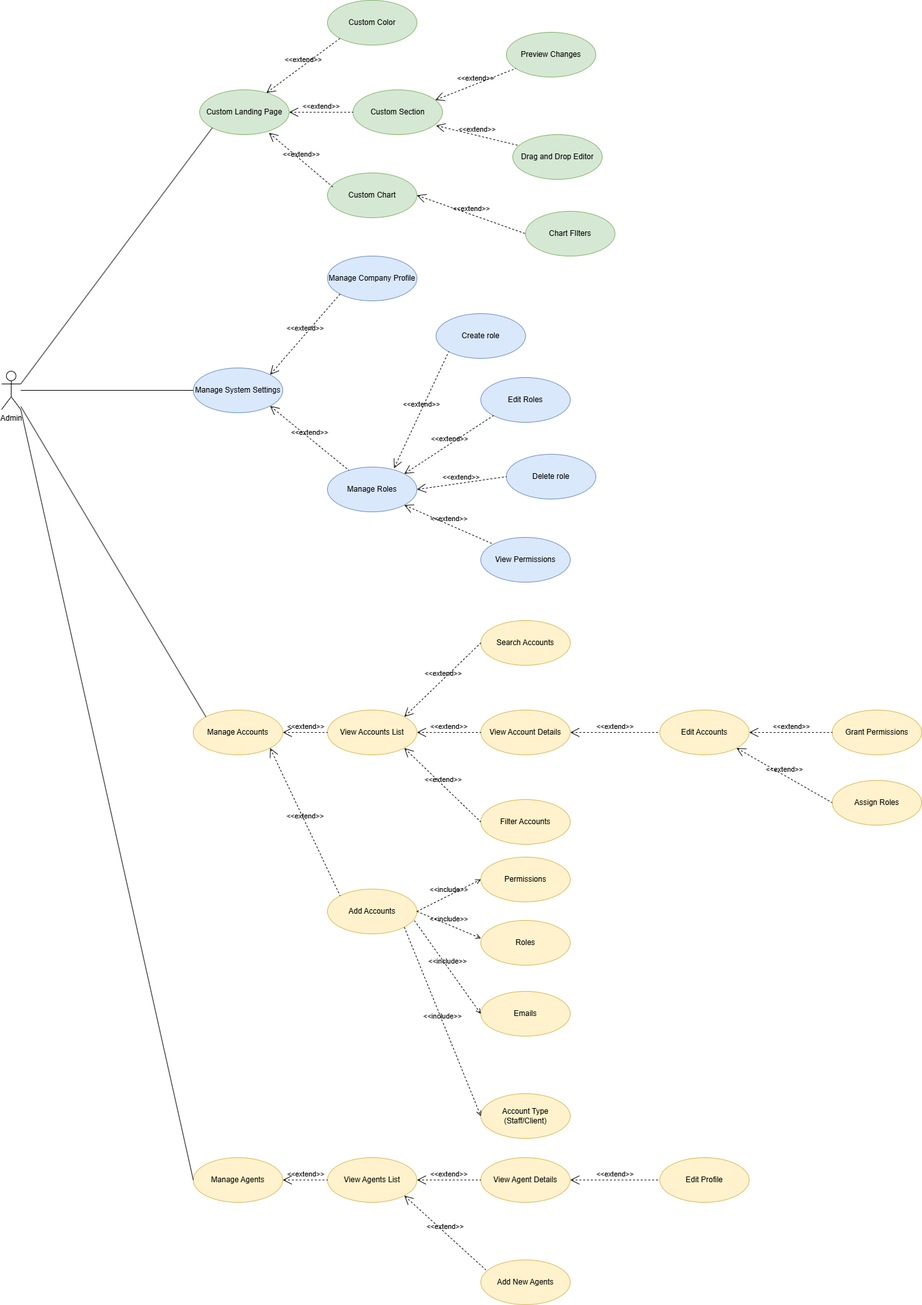
Above: graphics/usecase/freight-flex-UC-Admin.png in namhoangg/report (draw.io), before the change. Source tidied: cells renumbered, new cells last; positions are measured from the earlier drawing's top-left corner, leaving out a move shared by most shapes.
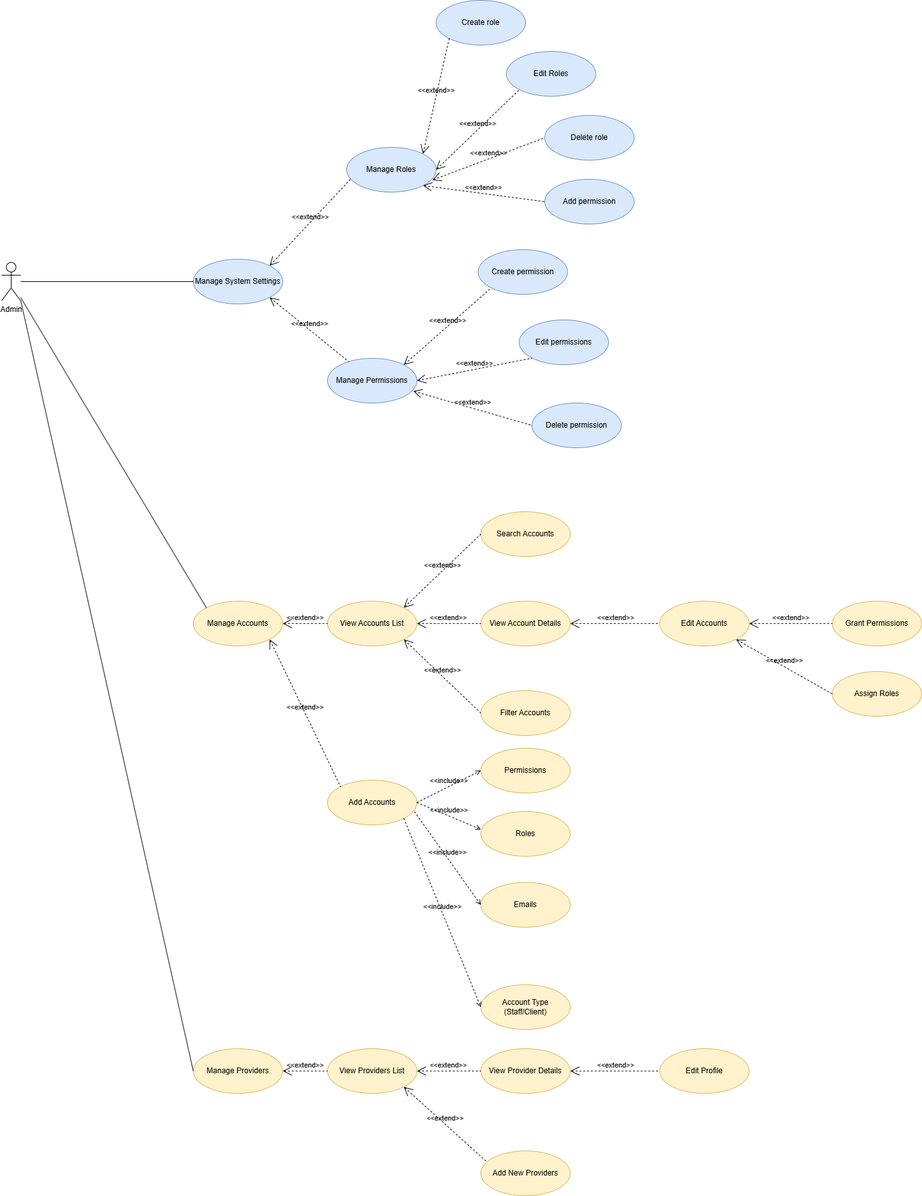
The same diagram one commit later.

What changed in the source:
```diff
@@ -5,70 +5,37 @@
     <mxCell id="2" value="Admin" style="shape=umlActor;verticalLabelPosition=bottom;verticalAlign=top;html=1;outlineConnect=0;" parent="1" vertex="1">
       <mxGeometry y="580" width="30" height="60" as="geometry" />
     </mxCell>
-    <mxCell id="3" value="Custom Landing Page" style="ellipse;whiteSpace=wrap;html=1;fillColor=#d5e8d4;strokeColor=#82b366;" parent="1" vertex="1">
-      <mxGeometry x="310" y="140" width="140" height="70" as="geometry" />
-    </mxCell>
-    <mxCell id="4" style="edgeStyle=none;html=1;endArrow=none;verticalAlign=bottom;rounded=0;entryX=0;entryY=1;entryDx=0;entryDy=0;exitX=1;exitY=0.3333333333333333;exitDx=0;exitDy=0;exitPerimeter=0;" parent="1" edge="1" source="2" target="3">
-      <mxGeometry relative="1" as="geometry" />
-    </mxCell>
-    <mxCell id="5" value="&amp;lt;&amp;lt;extend&amp;gt;&amp;gt;" style="edgeStyle=none;html=1;startArrow=open;endArrow=none;startSize=12;verticalAlign=bottom;dashed=1;labelBackgroundColor=none;rounded=0;exitX=0.746;exitY=0.069;exitDx=0;exitDy=0;exitPerimeter=0;entryX=0;entryY=1;entryDx=0;entryDy=0;" parent="1" edge="1" source="3" target="6">
-      <mxGeometry relative="1" as="geometry" />
-    </mxCell>
-    <mxCell id="6" value="Custom Color" style="ellipse;whiteSpace=wrap;html=1;fillColor=#d5e8d4;strokeColor=#82b366;" parent="1" vertex="1">
-      <mxGeometry x="510" width="140" height="70" as="geometry" />
-    </mxCell>
-    <mxCell id="7" value="Custom Section" style="ellipse;whiteSpace=wrap;html=1;fillColor=#d5e8d4;strokeColor=#82b366;" parent="1" vertex="1">
-      <mxGeometry x="550" y="140" width="140" height="70" as="geometry" />
-    </mxCell>
-    <mxCell id="8" value="&amp;lt;&amp;lt;extend&amp;gt;&amp;gt;" style="edgeStyle=none;html=1;startArrow=open;endArrow=none;startSize=12;verticalAlign=bottom;dashed=1;labelBackgroundColor=none;rounded=0;entryX=0;entryY=0.5;entryDx=0;entryDy=0;exitX=1;exitY=0.5;exitDx=0;exitDy=0;" parent="1" edge="1" source="3" target="7">
-      <mxGeometry relative="1" as="geometry" />
-    </mxCell>
-    <mxCell id="9" value="Custom Chart" style="ellipse;whiteSpace=wrap;html=1;fillColor=#d5e8d4;strokeColor=#82b366;" parent="1" vertex="1">
-      <mxGeometry x="510" y="270" width="140" height="70" as="geometry" />
-    </mxCell>
-    <mxCell id="10" value="&amp;lt;&amp;lt;extend&amp;gt;&amp;gt;" style="edgeStyle=none;html=1;startArrow=open;endArrow=none;startSize=12;verticalAlign=bottom;dashed=1;labelBackgroundColor=none;rounded=0;entryX=0.06;entryY=0.314;entryDx=0;entryDy=0;entryPerimeter=0;exitX=0.774;exitY=0.96;exitDx=0;exitDy=0;exitPerimeter=0;" parent="1" edge="1" source="3" target="9">
-      <mxGeometry relative="1" as="geometry" />
-    </mxCell>
     <mxCell id="11" value="Manage System Settings" style="ellipse;whiteSpace=wrap;html=1;fillColor=#dae8fc;strokeColor=#6c8ebf;" parent="1" vertex="1">
       <mxGeometry x="300" y="575" width="140" height="70" as="geometry" />
     </mxCell>
-    <mxCell id="12" value="Manage Roles" style="ellipse;whiteSpace=wrap;html=1;fillColor=#dae8fc;strokeColor=#6c8ebf;" parent="1" vertex="1">
+    <mxCell id="12" value="Manage Permissions" style="ellipse;whiteSpace=wrap;html=1;fillColor=#dae8fc;strokeColor=#6c8ebf;" parent="1" vertex="1">
       <mxGeometry x="510" y="730" width="140" height="70" as="geometry" />
     </mxCell>
     <mxCell id="13" value="&amp;lt;&amp;lt;extend&amp;gt;&amp;gt;" style="edgeStyle=none;html=1;startArrow=open;endArrow=none;startSize=12;verticalAlign=bottom;dashed=1;labelBackgroundColor=none;rounded=0;exitX=1;exitY=1;exitDx=0;exitDy=0;" parent="1" edge="1" source="11" target="12">
       <mxGeometry relative="1" as="geometry" />
     </mxCell>
-    <mxCell id="14" value="Manage Company Profile" style="ellipse;whiteSpace=wrap;html=1;fillColor=#dae8fc;strokeColor=#6c8ebf;" parent="1" vertex="1">
-      <mxGeometry x="510" y="400" width="140" height="70" as="geometry" />
-    </mxCell>
-    <mxCell id="15" value="&amp;lt;&amp;lt;extend&amp;gt;&amp;gt;" style="edgeStyle=none;html=1;startArrow=open;endArrow=none;startSize=12;verticalAlign=bottom;dashed=1;labelBackgroundColor=none;rounded=0;entryX=0;entryY=1;entryDx=0;entryDy=0;exitX=1;exitY=0;exitDx=0;exitDy=0;" parent="1" edge="1" source="11" target="14">
+    <mxCell id="15" value="&amp;lt;&amp;lt;extend&amp;gt;&amp;gt;" style="edgeStyle=none;html=1;startArrow=open;endArrow=none;startSize=12;verticalAlign=bottom;dashed=1;labelBackgroundColor=none;rounded=0;entryX=0.046;entryY=0.705;entryDx=0;entryDy=0;exitX=1;exitY=0;exitDx=0;exitDy=0;entryPerimeter=0;" parent="1" edge="1" source="11" target="67">
       <mxGeometry relative="1" as="geometry" />
     </mxCell>
-    <mxCell id="16" value="Edit Roles" style="ellipse;whiteSpace=wrap;html=1;fillColor=#dae8fc;strokeColor=#6c8ebf;" parent="1" vertex="1">
-      <mxGeometry x="750" y="590" width="140" height="70" as="geometry" />
+    <mxCell id="16" value="Edit permissions" style="ellipse;whiteSpace=wrap;html=1;fillColor=#dae8fc;strokeColor=#6c8ebf;" parent="1" vertex="1">
+      <mxGeometry x="810" y="670" width="140" height="70" as="geometry" />
     </mxCell>
-    <mxCell id="17" value="&amp;lt;&amp;lt;extend&amp;gt;&amp;gt;" style="edgeStyle=none;html=1;startArrow=open;endArrow=none;startSize=12;verticalAlign=bottom;dashed=1;labelBackgroundColor=none;rounded=0;entryX=0;entryY=1;entryDx=0;entryDy=0;exitX=1;exitY=0;exitDx=0;exitDy=0;" parent="1" edge="1" source="12" target="16">
+    <mxCell id="17" value="&amp;lt;&amp;lt;extend&amp;gt;&amp;gt;" style="edgeStyle=none;html=1;startArrow=open;endArrow=none;startSize=12;verticalAlign=bottom;dashed=1;labelBackgroundColor=none;rounded=0;entryX=0;entryY=1;entryDx=0;entryDy=0;exitX=1;exitY=0.5;exitDx=0;exitDy=0;" parent="1" edge="1" source="12" target="16">
       <mxGeometry relative="1" as="geometry" />
     </mxCell>
-    <mxCell id="18" value="View Permissions" style="ellipse;whiteSpace=wrap;html=1;fillColor=#dae8fc;strokeColor=#6c8ebf;" parent="1" vertex="1">
-      <mxGeometry x="750" y="840" width="140" height="70" as="geometry" />
-    </mxCell>
-    <mxCell id="19" value="&amp;lt;&amp;lt;extend&amp;gt;&amp;gt;" style="edgeStyle=none;html=1;startArrow=open;endArrow=none;startSize=12;verticalAlign=bottom;dashed=1;labelBackgroundColor=none;rounded=0;entryX=0;entryY=0;entryDx=0;entryDy=0;exitX=1;exitY=1;exitDx=0;exitDy=0;" parent="1" edge="1" source="12" target="18">
-      <mxGeometry relative="1" as="geometry" />
-    </mxCell>
     <mxCell id="20" style="edgeStyle=none;html=1;endArrow=none;verticalAlign=bottom;rounded=0;entryX=0;entryY=0.5;entryDx=0;entryDy=0;" parent="1" edge="1" source="2" target="11">
       <mxGeometry relative="1" as="geometry" />
     </mxCell>
-    <mxCell id="21" value="Delete role" style="ellipse;whiteSpace=wrap;html=1;fillColor=#dae8fc;strokeColor=#6c8ebf;" parent="1" vertex="1">
-      <mxGeometry x="790" y="710" width="140" height="70" as="geometry" />
+    <mxCell id="21" value="Delete permission" style="ellipse;whiteSpace=wrap;html=1;fillColor=#dae8fc;strokeColor=#6c8ebf;" parent="1" vertex="1">
+      <mxGeometry x="830" y="800" width="140" height="70" as="geometry" />
     </mxCell>
-    <mxCell id="22" value="&amp;lt;&amp;lt;extend&amp;gt;&amp;gt;" style="edgeStyle=none;html=1;startArrow=open;endArrow=none;startSize=12;verticalAlign=bottom;dashed=1;labelBackgroundColor=none;rounded=0;entryX=0;entryY=0.5;entryDx=0;entryDy=0;exitX=1;exitY=0.5;exitDx=0;exitDy=0;" parent="1" edge="1" source="12" target="21">
+    <mxCell id="22" value="&amp;lt;&amp;lt;extend&amp;gt;&amp;gt;" style="edgeStyle=none;html=1;startArrow=open;endArrow=none;startSize=12;verticalAlign=bottom;dashed=1;labelBackgroundColor=none;rounded=0;entryX=0;entryY=0.5;entryDx=0;entryDy=0;exitX=0.958;exitY=0.732;exitDx=0;exitDy=0;exitPerimeter=0;" parent="1" edge="1" source="12" target="21">
       <mxGeometry relative="1" as="geometry" />
     </mxCell>
-    <mxCell id="23" value="Create role" style="ellipse;whiteSpace=wrap;html=1;fillColor=#dae8fc;strokeColor=#6c8ebf;" parent="1" vertex="1">
-      <mxGeometry x="680" y="490" width="140" height="70" as="geometry" />
+    <mxCell id="23" value="Create permission" style="ellipse;whiteSpace=wrap;html=1;fillColor=#dae8fc;strokeColor=#6c8ebf;" parent="1" vertex="1">
+      <mxGeometry x="745.8" y="560" width="140" height="70" as="geometry" />
     </mxCell>
-    <mxCell id="24" value="&amp;lt;&amp;lt;extend&amp;gt;&amp;gt;" style="edgeStyle=none;html=1;startArrow=open;endArrow=none;startSize=12;verticalAlign=bottom;dashed=1;labelBackgroundColor=none;rounded=0;entryX=0;entryY=1;entryDx=0;entryDy=0;exitX=0.744;exitY=0.027;exitDx=0;exitDy=0;exitPerimeter=0;" parent="1" edge="1" source="12" target="23">
+    <mxCell id="24" value="&amp;lt;&amp;lt;extend&amp;gt;&amp;gt;" style="edgeStyle=none;html=1;startArrow=open;endArrow=none;startSize=12;verticalAlign=bottom;dashed=1;labelBackgroundColor=none;rounded=0;entryX=0;entryY=1;entryDx=0;entryDy=0;exitX=1;exitY=0;exitDx=0;exitDy=0;" parent="1" edge="1" source="12" target="23">
       <mxGeometry relative="1" as="geometry" />
     </mxCell>
     <mxCell id="25" value="Manage Accounts" style="ellipse;whiteSpace=wrap;html=1;fillColor=#fff2cc;strokeColor=#d6b656;" parent="1" vertex="1">
@@ -116,25 +83,25 @@
     <mxCell id="39" value="&amp;lt;&amp;lt;include&amp;gt;&amp;gt;" style="edgeStyle=none;html=1;endArrow=open;verticalAlign=bottom;dashed=1;labelBackgroundColor=none;rounded=0;exitX=1;exitY=1;exitDx=0;exitDy=0;entryX=0;entryY=0.5;entryDx=0;entryDy=0;" parent="1" edge="1" source="32" target="36">
       <mxGeometry relative="1" as="geometry" />
     </mxCell>
-    <mxCell id="40" value="Manage Agents" style="ellipse;whiteSpace=wrap;html=1;fillColor=#fff2cc;strokeColor=#d6b656;" parent="1" vertex="1">
+    <mxCell id="40" value="Manage Providers" style="ellipse;whiteSpace=wrap;html=1;fillColor=#fff2cc;strokeColor=#d6b656;" parent="1" vertex="1">
       <mxGeometry x="300" y="1810" width="140" height="70" as="geometry" />
     </mxCell>
     <mxCell id="41" style="edgeStyle=none;html=1;endArrow=none;verticalAlign=bottom;rounded=0;exitX=1;exitY=1;exitDx=0;exitDy=0;exitPerimeter=0;entryX=0;entryY=0.5;entryDx=0;entryDy=0;" parent="1" edge="1" source="2" target="40">
       <mxGeometry relative="1" as="geometry" />
     </mxCell>
-    <mxCell id="42" value="View Agents List" style="ellipse;whiteSpace=wrap;html=1;fillColor=#fff2cc;strokeColor=#d6b656;" parent="1" vertex="1">
+    <mxCell id="42" value="View Providers List" style="ellipse;whiteSpace=wrap;html=1;fillColor=#fff2cc;strokeColor=#d6b656;" parent="1" vertex="1">
       <mxGeometry x="510" y="1810" width="140" height="70" as="geometry" />
     </mxCell>
     <mxCell id="43" value="&amp;lt;&amp;lt;extend&amp;gt;&amp;gt;" style="edgeStyle=none;html=1;startArrow=open;endArrow=none;startSize=12;verticalAlign=bottom;dashed=1;labelBackgroundColor=none;rounded=0;exitX=1;exitY=0.5;exitDx=0;exitDy=0;entryX=0;entryY=0.5;entryDx=0;entryDy=0;" parent="1" edge="1" source="40" target="42">
       <mxGeometry relative="1" as="geometry" />
     </mxCell>
-    <mxCell id="44" value="View Agent Details" style="ellipse;whiteSpace=wrap;html=1;fillColor=#fff2cc;strokeColor=#d6b656;" parent="1" vertex="1">
+    <mxCell id="44" value="View Provider Details" style="ellipse;whiteSpace=wrap;html=1;fillColor=#fff2cc;strokeColor=#d6b656;" parent="1" vertex="1">
       <mxGeometry x="750" y="1810" width="140" height="70" as="geometry" />
     </mxCell>
     <mxCell id="45" value="&amp;lt;&amp;lt;extend&amp;gt;&amp;gt;" style="edgeStyle=none;html=1;startArrow=open;endArrow=none;startSize=12;verticalAlign=bottom;dashed=1;labelBackgroundColor=none;rounded=0;exitX=1;exitY=0.5;exitDx=0;exitDy=0;entryX=0;entryY=0.5;entryDx=0;entryDy=0;" parent="1" edge="1" source="42" target="44">
       <mxGeometry relative="1" as="geometry" />
     </mxCell>
-    <mxCell id="46" value="Add New Agents" style="ellipse;whiteSpace=wrap;html=1;fillColor=#fff2cc;strokeColor=#d6b656;" parent="1" vertex="1">
+    <mxCell id="46" value="Add New Providers" style="ellipse;whiteSpace=wrap;html=1;fillColor=#fff2cc;strokeColor=#d6b656;" parent="1" vertex="1">
       <mxGeometry x="750" y="1970" width="140" height="70" as="geometry" />
     </mxCell>
     <mxCell id="47" value="&amp;lt;&amp;lt;extend&amp;gt;&amp;gt;" style="edgeStyle=none;html=1;startArrow=open;endArrow=none;startSize=12;verticalAlign=bottom;dashed=1;labelBackgroundColor=none;rounded=0;exitX=1;exitY=1;exitDx=0;exitDy=0;entryX=0.057;entryY=0.225;entryDx=0;entryDy=0;entryPerimeter=0;" parent="1" edge="1" source="42" target="46">
@@ -146,24 +113,6 @@
     <mxCell id="49" value="&amp;lt;&amp;lt;extend&amp;gt;&amp;gt;" style="edgeStyle=none;html=1;startArrow=open;endArrow=none;startSize=12;verticalAlign=bottom;dashed=1;labelBackgroundColor=none;rounded=0;exitX=1;exitY=0.5;exitDx=0;exitDy=0;entryX=0;entryY=0.5;entryDx=0;entryDy=0;" parent="1" edge="1" source="44" target="48">
       <mxGeometry relative="1" as="geometry" />
     </mxCell>
-    <mxCell id="50" value="Preview Changes" style="ellipse;whiteSpace=wrap;html=1;fillColor=#d5e8d4;strokeColor=#82b366;" parent="1" vertex="1">
-      <mxGeometry x="790" y="50" width="140" height="70" as="geometry" />
-    </mxCell>
-    <mxCell id="51" value="&amp;lt;&amp;lt;extend&amp;gt;&amp;gt;" style="edgeStyle=none;html=1;startArrow=open;endArrow=none;startSize=12;verticalAlign=bottom;dashed=1;labelBackgroundColor=none;rounded=0;exitX=0.921;exitY=0.227;exitDx=0;exitDy=0;exitPerimeter=0;" parent="1" edge="1" source="7" target="50">
-      <mxGeometry relative="1" as="geometry" />
-    </mxCell>
-    <mxCell id="52" value="Drag and Drop Editor" style="ellipse;whiteSpace=wrap;html=1;fillColor=#d5e8d4;strokeColor=#82b366;" parent="1" vertex="1">
-      <mxGeometry x="800" y="210" width="140" height="70" as="geometry" />
-    </mxCell>
-    <mxCell id="53" value="&amp;lt;&amp;lt;extend&amp;gt;&amp;gt;" style="edgeStyle=none;html=1;startArrow=open;endArrow=none;startSize=12;verticalAlign=bottom;dashed=1;labelBackgroundColor=none;rounded=0;entryX=0.063;entryY=0.243;entryDx=0;entryDy=0;entryPerimeter=0;exitX=0.928;exitY=0.798;exitDx=0;exitDy=0;exitPerimeter=0;" parent="1" edge="1" source="7" target="52">
-      <mxGeometry relative="1" as="geometry" />
-    </mxCell>
-    <mxCell id="54" value="Chart FIlters" style="ellipse;whiteSpace=wrap;html=1;fillColor=#d5e8d4;strokeColor=#82b366;" parent="1" vertex="1">
-      <mxGeometry x="820" y="330" width="140" height="70" as="geometry" />
-    </mxCell>
-    <mxCell id="55" value="&amp;lt;&amp;lt;extend&amp;gt;&amp;gt;" style="edgeStyle=none;html=1;startArrow=open;endArrow=none;startSize=12;verticalAlign=bottom;dashed=1;labelBackgroundColor=none;rounded=0;entryX=0;entryY=0.5;entryDx=0;entryDy=0;exitX=1;exitY=0.5;exitDx=0;exitDy=0;" parent="1" edge="1" source="9" target="54">
-      <mxGeometry relative="1" as="geometry" />
-    </mxCell>
     <mxCell id="56" value="Edit Accounts" style="ellipse;whiteSpace=wrap;html=1;fillColor=#fff2cc;strokeColor=#d6b656;" parent="1" vertex="1">
       <mxGeometry x="1030" y="1110" width="140" height="70" as="geometry" />
     </mxCell>
@@ -197,5 +146,32 @@
     <mxCell id="66" value="&amp;lt;&amp;lt;extend&amp;gt;&amp;gt;" style="edgeStyle=none;html=1;startArrow=open;endArrow=none;startSize=12;verticalAlign=bottom;dashed=1;labelBackgroundColor=none;rounded=0;entryX=0;entryY=0.5;entryDx=0;entryDy=0;exitX=1;exitY=1;exitDx=0;exitDy=0;" parent="1" edge="1" source="27" target="31">
       <mxGeometry relative="1" as="geometry" />
     </mxCell>
+    <mxCell id="67" value="Manage Roles" style="ellipse;whiteSpace=wrap;html=1;fillColor=#dae8fc;strokeColor=#6c8ebf;" parent="1" vertex="1">
+      <mxGeometry x="540" y="400" width="140" height="70" as="geometry" />
+    </mxCell>
+    <mxCell id="68" value="Edit Roles" style="ellipse;whiteSpace=wrap;html=1;fillColor=#dae8fc;strokeColor=#6c8ebf;" parent="1" vertex="1">
+      <mxGeometry x="790" y="250" width="140" height="70" as="geometry" />
+    </mxCell>
+    <mxCell id="69" value="&amp;lt;&amp;lt;extend&amp;gt;&amp;gt;" style="edgeStyle=none;html=1;startArrow=open;endArrow=none;startSize=12;verticalAlign=bottom;dashed=1;labelBackgroundColor=none;rounded=0;entryX=0;entryY=1;entryDx=0;entryDy=0;exitX=1;exitY=0.5;exitDx=0;exitDy=0;" parent="1" edge="1" source="67" target="68">
+      <mxGeometry relative="1" as="geometry" />
+    </mxCell>
+    <mxCell id="70" value="Delete role" style="ellipse;whiteSpace=wrap;html=1;fillColor=#dae8fc;strokeColor=#6c8ebf;" parent="1" vertex="1">
+      <mxGeometry x="850" y="350" width="140" height="70" as="geometry" />
+    </mxCell>
+    <mxCell id="71" value="&amp;lt;&amp;lt;extend&amp;gt;&amp;gt;" style="edgeStyle=none;html=1;startArrow=open;endArrow=none;startSize=12;verticalAlign=bottom;dashed=1;labelBackgroundColor=none;rounded=0;entryX=0;entryY=0.5;entryDx=0;entryDy=0;exitX=0.958;exitY=0.732;exitDx=0;exitDy=0;exitPerimeter=0;" parent="1" edge="1" source="67" target="70">
+      <mxGeometry relative="1" as="geometry" />
+    </mxCell>
+    <mxCell id="72" value="Create role" style="ellipse;whiteSpace=wrap;html=1;fillColor=#dae8fc;strokeColor=#6c8ebf;" parent="1" vertex="1">
+      <mxGeometry x="680" y="170" width="140" height="70" as="geometry" />
+    </mxCell>
+    <mxCell id="73" value="&amp;lt;&amp;lt;extend&amp;gt;&amp;gt;" style="edgeStyle=none;html=1;startArrow=open;endArrow=none;startSize=12;verticalAlign=bottom;dashed=1;labelBackgroundColor=none;rounded=0;entryX=0;entryY=1;entryDx=0;entryDy=0;exitX=1;exitY=0;exitDx=0;exitDy=0;" parent="1" edge="1" source="67" target="72">
+      <mxGeometry relative="1" as="geometry" />
+    </mxCell>
+    <mxCell id="74" value="Add permission" style="ellipse;whiteSpace=wrap;html=1;fillColor=#dae8fc;strokeColor=#6c8ebf;" parent="1" vertex="1">
+      <mxGeometry x="850" y="450" width="140" height="70" as="geometry" />
+    </mxCell>
+    <mxCell id="75" value="&amp;lt;&amp;lt;extend&amp;gt;&amp;gt;" style="edgeStyle=none;html=1;startArrow=open;endArrow=none;startSize=12;verticalAlign=bottom;dashed=1;labelBackgroundColor=none;rounded=0;entryX=0;entryY=0.5;entryDx=0;entryDy=0;exitX=1;exitY=1;exitDx=0;exitDy=0;" parent="1" edge="1" source="67" target="74">
+      <mxGeometry relative="1" as="geometry" />
+    </mxCell>
   </root>
 </mxGraphModel>
```
